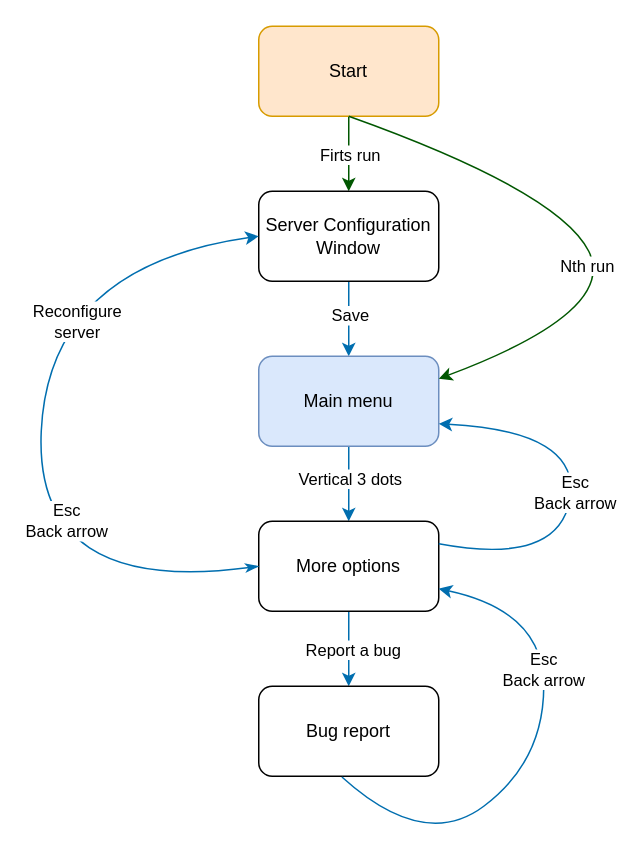
xalpol12/kuka-ar keeps this draw.io diagram as documentation/UI/General/UserJourney.drawio. Above is the earlier version. Source tidied: cells renumbered, new cells numbered last; positions are measured from the earlier drawing's top-left corner, leaving out a move shared by most shapes. Both pictures are drawn from the tidied source at 150%, with x=0, y=0 at pixel (33, 26).
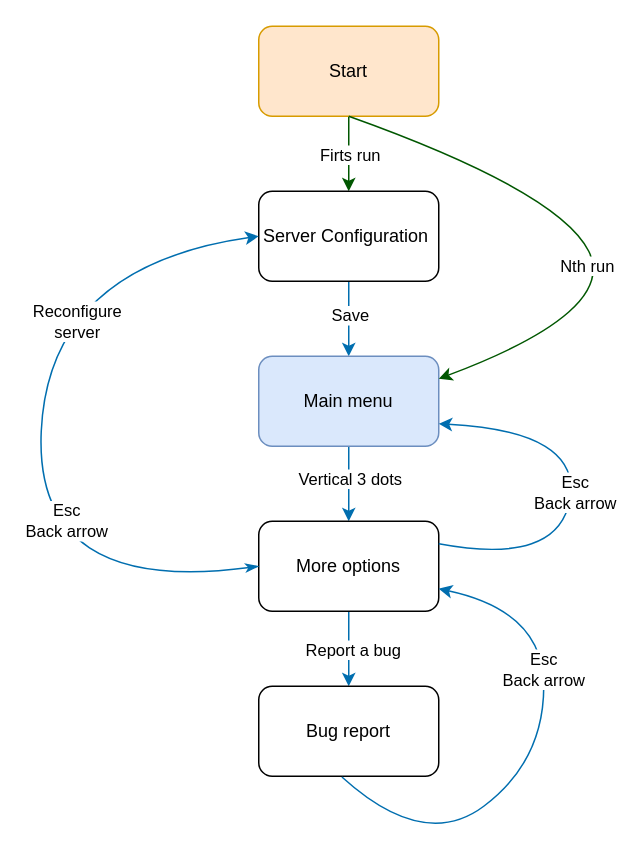
The same diagram, later.

Commit message (it also covers changes not shown here):
View diagram for server configuration

Change to the diagram source:
```diff
@@
-    <mxCell id="7" value="Server Configuration Window" style="rounded=1;whiteSpace=wrap;html=1;" parent="1" vertex="1">
+    <mxCell id="7" value="Server Configuration&amp;nbsp;" style="rounded=1;whiteSpace=wrap;html=1;" parent="1" vertex="1">
       <mxGeometry x="150" y="110" width="120" height="60" as="geometry" />
     </mxCell>
```
